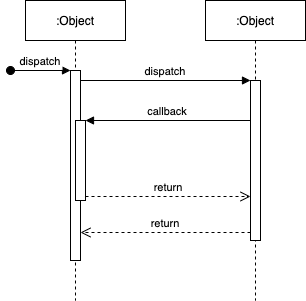
The draw.io diagram assets/diagrams/sequence_diagram.png in penzomassimo/integration-pipeline-001, before a commit. Source tidied: cells renumbered, new cells last; positions are measured from the earlier drawing's top-left corner, leaving out a move shared by most shapes. Source of this version:
```xml
<mxGraphModel>
  <root>
    <mxCell id="0" />
    <mxCell id="1" parent="0" />
    <mxCell id="2" value=":Object" style="shape=umlLifeline;perimeter=lifelinePerimeter;rounded=0;shadow=0;strokeWidth=1;" parent="1" vertex="1">
      <mxGeometry x="15" width="100" height="300" as="geometry" />
    </mxCell>
    <mxCell id="3" style="points=[];perimeter=orthogonalPerimeter;rounded=0;shadow=0;strokeWidth=1;" parent="2" vertex="1">
      <mxGeometry x="45" y="70" width="10" height="190" as="geometry" />
    </mxCell>
    <mxCell id="4" value="dispatch" style="verticalAlign=bottom;startArrow=oval;endArrow=block;startSize=8;shadow=0;strokeWidth=1;" parent="2" edge="1" target="3">
      <mxGeometry relative="1" as="geometry">
        <mxPoint x="-15" y="70" as="sourcePoint" />
      </mxGeometry>
    </mxCell>
    <mxCell id="5" style="points=[];perimeter=orthogonalPerimeter;rounded=0;shadow=0;strokeWidth=1;" parent="2" vertex="1">
      <mxGeometry x="50" y="120" width="10" height="80" as="geometry" />
    </mxCell>
    <mxCell id="6" value=":Object" style="shape=umlLifeline;perimeter=lifelinePerimeter;rounded=0;shadow=0;strokeWidth=1;" parent="1" vertex="1">
      <mxGeometry x="195" width="100" height="300" as="geometry" />
    </mxCell>
    <mxCell id="7" style="points=[];perimeter=orthogonalPerimeter;rounded=0;shadow=0;strokeWidth=1;" parent="6" vertex="1">
      <mxGeometry x="45" y="80" width="10" height="160" as="geometry" />
    </mxCell>
    <mxCell id="8" value="return" style="verticalAlign=bottom;endArrow=open;dashed=1;endSize=8;exitX=0;exitY=0.95;shadow=0;strokeWidth=1;" parent="1" edge="1" source="7" target="3">
      <mxGeometry relative="1" as="geometry" />
    </mxCell>
    <mxCell id="9" value="dispatch" style="verticalAlign=bottom;endArrow=block;entryX=0;entryY=0;shadow=0;strokeWidth=1;" parent="1" edge="1" source="3" target="7">
      <mxGeometry relative="1" as="geometry" />
    </mxCell>
    <mxCell id="10" value="callback" style="verticalAlign=bottom;endArrow=block;entryX=1;entryY=0;shadow=0;strokeWidth=1;" parent="1" edge="1" source="7" target="5">
      <mxGeometry relative="1" as="geometry" />
    </mxCell>
    <mxCell id="11" value="return" style="verticalAlign=bottom;endArrow=open;dashed=1;endSize=8;exitX=1;exitY=0.95;shadow=0;strokeWidth=1;" parent="1" edge="1" source="5" target="7">
      <mxGeometry relative="1" as="geometry" />
    </mxCell>
  </root>
</mxGraphModel>
```
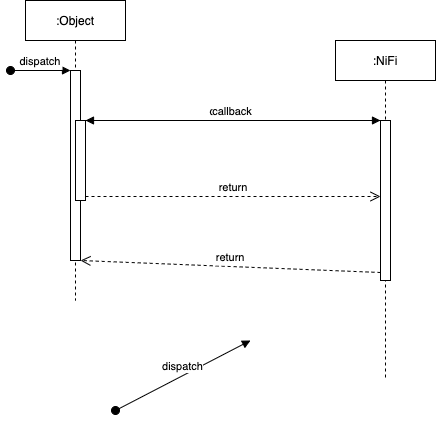
The same diagram one commit later.

The edit, as a diff of the source:
```diff
@@ -16,8 +16,8 @@
     <mxCell id="5" style="points=[];perimeter=orthogonalPerimeter;rounded=0;shadow=0;strokeWidth=1;" parent="2" vertex="1">
       <mxGeometry x="50" y="120" width="10" height="80" as="geometry" />
     </mxCell>
-    <mxCell id="6" value=":Object" style="shape=umlLifeline;perimeter=lifelinePerimeter;rounded=0;shadow=0;strokeWidth=1;" parent="1" vertex="1">
-      <mxGeometry x="195" width="100" height="300" as="geometry" />
+    <mxCell id="6" value=":NiFi" style="shape=umlLifeline;perimeter=lifelinePerimeter;rounded=0;shadow=0;strokeWidth=1;" parent="1" vertex="1">
+      <mxGeometry x="325" y="40" width="100" height="340" as="geometry" />
     </mxCell>
     <mxCell id="7" style="points=[];perimeter=orthogonalPerimeter;rounded=0;shadow=0;strokeWidth=1;" parent="6" vertex="1">
       <mxGeometry x="45" y="80" width="10" height="160" as="geometry" />
@@ -34,5 +34,11 @@
     <mxCell id="11" value="return" style="verticalAlign=bottom;endArrow=open;dashed=1;endSize=8;exitX=1;exitY=0.95;shadow=0;strokeWidth=1;" parent="1" edge="1" source="5" target="7">
       <mxGeometry relative="1" as="geometry" />
     </mxCell>
+    <mxCell id="12" value="dispatch" style="html=1;verticalAlign=bottom;startArrow=oval;endArrow=block;startSize=8;rounded=0;" parent="1" edge="1">
+      <mxGeometry relative="1" as="geometry">
+        <mxPoint x="105" y="410" as="sourcePoint" />
+        <mxPoint x="240" y="340" as="targetPoint" />
+      </mxGeometry>
+    </mxCell>
   </root>
 </mxGraphModel>
```
